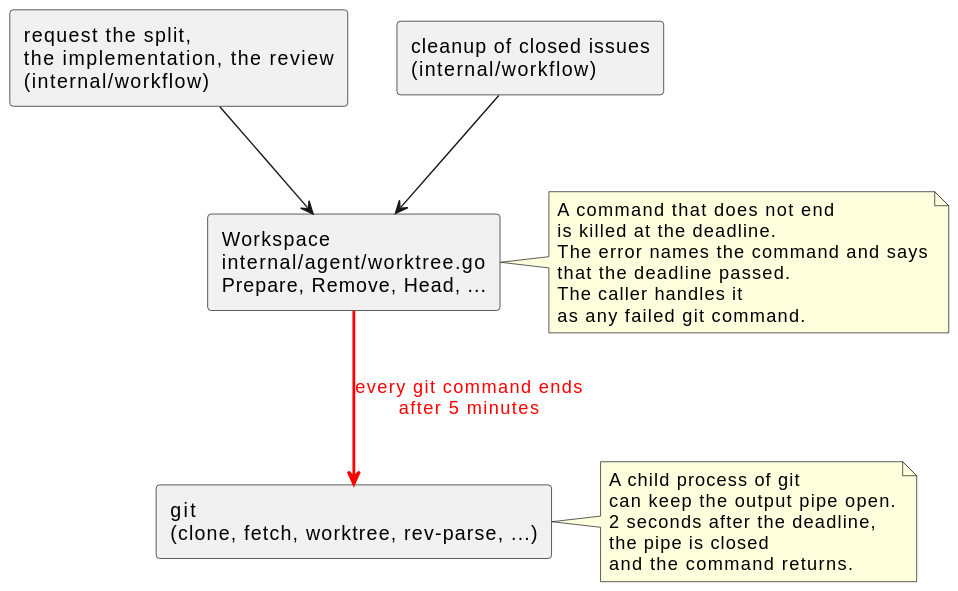
This is docs/ja/designs/agent-run-git-deadline.svg from cloveclovedev/cumin-works, a PlantUML export, as it was before one commit.
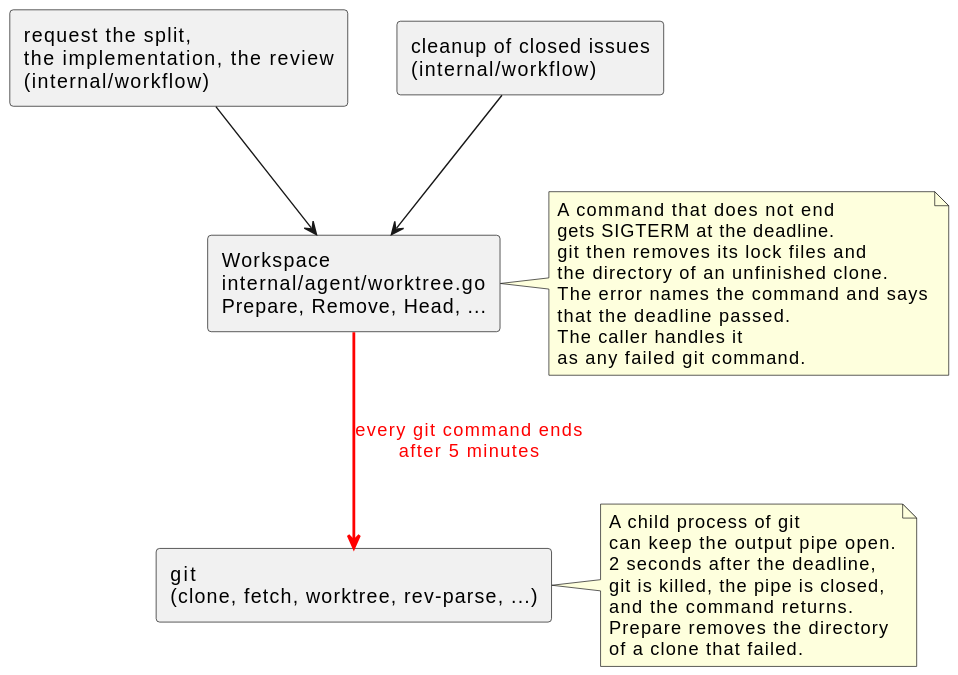
The same diagram one commit later.

Commit message:
fix(agent): send SIGTERM at the deadline and remove a clone that failed

Change to the diagram source:
```diff
@@ -13,7 +13,9 @@
 
 note right of workspace
   A command that does not end
-  is killed at the deadline.
+  gets SIGTERM at the deadline.
+  git then removes its lock files and
+  the directory of an unfinished clone.
   The error names the command and says
   that the deadline passed.
   The caller handles it
@@ -24,7 +26,9 @@
   A child process of git
   can keep the output pipe open.
   2 seconds after the deadline,
-  the pipe is closed
+  git is killed, the pipe is closed,
   and the command returns.
+  Prepare removes the directory
+  of a clone that failed.
 end note
 @enduml
```
